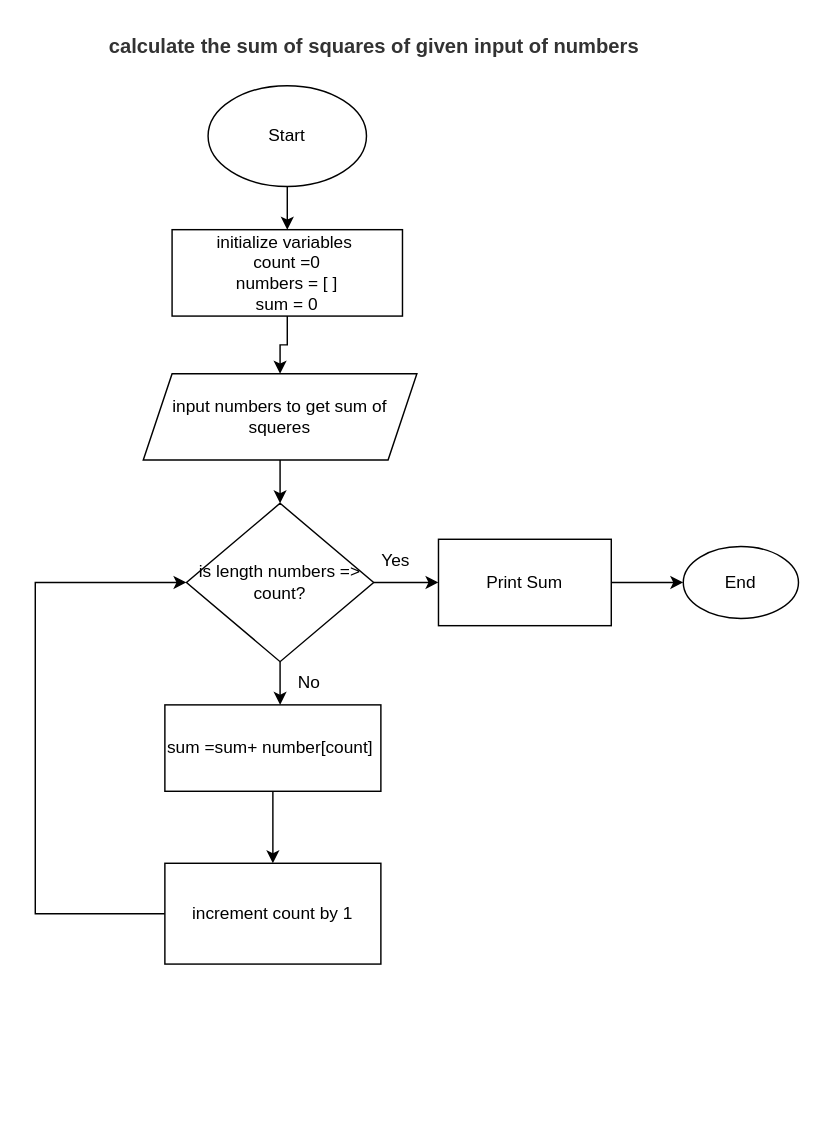
Before: sum of squares of given input of numbers.drawio in charlesondabu/flow-charts, a draw.io diagram. Source tidied: cells renumbered, new cells numbered last; positions are measured from the earlier drawing's top-left corner, leaving out a move shared by most shapes. Both pictures are drawn from the tidied source at 144%, with x=0, y=0 at pixel (35, 24).
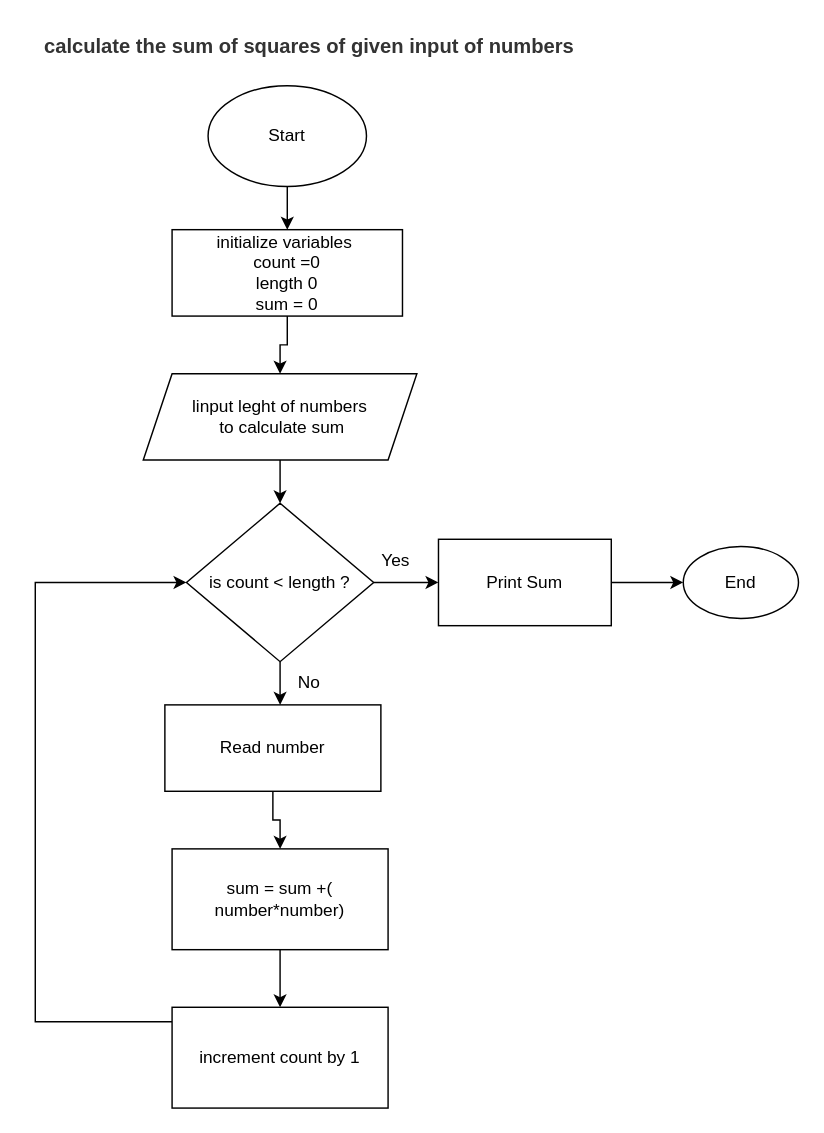
The same page after the edit.

Change to the diagram source:
```diff
@@
-    <mxCell id="5" value="input numbers to get sum of squeres" style="shape=parallelogram;perimeter=parallelogramPerimeter;whiteSpace=wrap;html=1;fixedSize=1;" parent="1" vertex="1">
+    <mxCell id="5" value="linput leght of numbers&lt;br&gt;&amp;nbsp;to calculate sum" style="shape=parallelogram;perimeter=parallelogramPerimeter;whiteSpace=wrap;html=1;fixedSize=1;" parent="1" vertex="1">
       <mxGeometry x="75" y="242" width="190" height="60" as="geometry" />
     </mxCell>
@@
-    <mxCell id="8" value="is length numbers&amp;nbsp;=&amp;gt; count?" style="rhombus;whiteSpace=wrap;html=1;" parent="1" vertex="1">
+    <mxCell id="8" value="is count &amp;lt; length ?" style="rhombus;whiteSpace=wrap;html=1;" parent="1" vertex="1">
       <mxGeometry x="105" y="332" width="130" height="110" as="geometry" />
     </mxCell>
@@
-    <mxCell id="10" value="initialize variables&amp;nbsp;&lt;br&gt;count =0&lt;br&gt;numbers = [ ]&lt;br&gt;sum = 0" style="rounded=0;whiteSpace=wrap;html=1;" parent="1" vertex="1">
+    <mxCell id="10" value="initialize variables&amp;nbsp;&lt;br&gt;count =0&lt;br&gt;length 0&lt;br&gt;sum = 0" style="rounded=0;whiteSpace=wrap;html=1;" parent="1" vertex="1">
       <mxGeometry x="95" y="142" width="160" height="60" as="geometry" />
     </mxCell>
-    <mxCell id="11" style="edgeStyle=orthogonalEdgeStyle;rounded=0;jettySize=auto;html=1;exitX=0.5;exitY=1;exitDx=0;exitDy=0;" parent="1" edge="1" source="12">
-      <mxGeometry relative="1" as="geometry">
-        <mxPoint x="165" y="582" as="targetPoint" />
-      </mxGeometry>
-    </mxCell>
+    <mxCell id="21" style="edgeStyle=orthogonalEdgeStyle;rounded=0;jettySize=auto;html=1;" parent="1" edge="1" source="12" target="23">
+      <mxGeometry relative="1" as="geometry" />
+    </mxCell>
-    <mxCell id="12" value="sum =sum+ number[count]&amp;nbsp;" style="rounded=0;whiteSpace=wrap;html=1;" parent="1" vertex="1">
+    <mxCell id="12" value="Read number" style="rounded=0;whiteSpace=wrap;html=1;" parent="1" vertex="1">
       <mxGeometry x="90" y="472" width="150" height="60" as="geometry" />
     </mxCell>
     <mxCell id="13" style="edgeStyle=orthogonalEdgeStyle;rounded=0;jettySize=auto;html=1;entryX=0;entryY=0.5;entryDx=0;entryDy=0;" parent="1" edge="1" source="14" target="8">
       <mxGeometry relative="1" as="geometry">
         <Array as="points">
-          <mxPoint y="617" />
+          <mxPoint y="692" />
           <mxPoint y="387" />
         </Array>
       </mxGeometry>
     </mxCell>
     <mxCell id="14" value="increment count by 1" style="rounded=0;whiteSpace=wrap;html=1;" parent="1" vertex="1">
-      <mxGeometry x="90" y="582" width="150" height="70" as="geometry" />
+      <mxGeometry x="95" y="682" width="150" height="70" as="geometry" />
     </mxCell>
@@
     <mxCell id="18" value="&lt;strong style=&quot;box-sizing: border-box; color: rgb(51, 51, 51); font-family: aktiv-grotesk, sans-serif; font-size: 14px; text-align: start; background-color: rgb(255, 255, 255);&quot;&gt;calculate the sum of squares of given input of numbers&lt;/strong&gt;" style="text;html=1;align=center;verticalAlign=middle;strokeColor=none;fillColor=none;" parent="1" vertex="1">
-      <mxGeometry x="40" width="390" height="30" as="geometry" />
+      <mxGeometry x="-5" width="390" height="30" as="geometry" />
     </mxCell>
@@
+    <mxCell id="22" style="edgeStyle=orthogonalEdgeStyle;rounded=0;jettySize=auto;html=1;" parent="1" edge="1" source="23" target="14">
+      <mxGeometry relative="1" as="geometry" />
+    </mxCell>
+    <mxCell id="23" value="sum = sum +( number*number)" style="rounded=0;whiteSpace=wrap;html=1;" parent="1" vertex="1">
+      <mxGeometry x="95" y="572" width="150" height="70" as="geometry" />
+    </mxCell>
```
